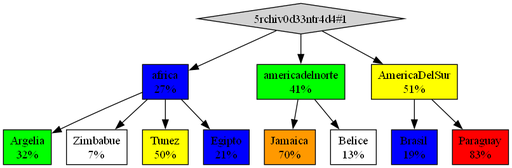
Before: Proyecto1/grafo.png, a diagram exported from Graphviz (Brandon22023/-LFP-2S24Proyectos_202300813). Its source is kept beside it as Proyecto1/grafo.dot.
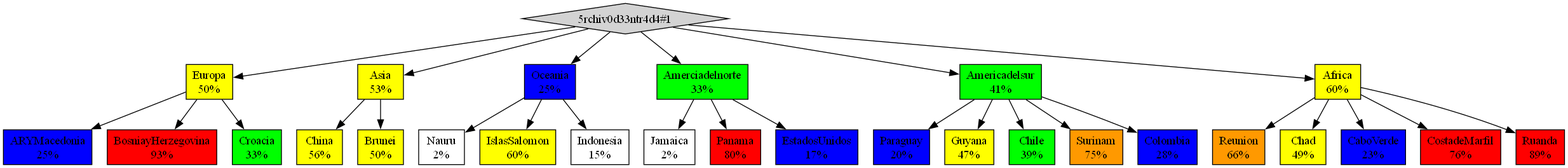
The same file after the commit.

Diff of the diagram source:
```diff
@@ -1,26 +1,58 @@
 digraph Grafo {
 node [shape=box, style=filled];
 n0 [label= "5rchiv0d33ntr4d4#1", shape=diamond];
-n1 [label="africa\n27%", fillcolor="#0000FF"];
-n2 [label="americadelnorte\n41%", fillcolor="#00FF00"];
-n3 [label="AmericaDelSur\n51%", fillcolor="#FFFF00"];
-n4 [label="Argelia\n32%", fillcolor="#00FF00"];
-n5 [label="Zimbabue\n7%", fillcolor="#FFFFFF"];
-n6 [label="Tunez\n50%", fillcolor="#FFFF00"];
-n7 [label="Egipto\n21%", fillcolor="#0000FF"];
-n8 [label="Jamaica\n70%", fillcolor="#FF9900"];
-n9 [label="Belice\n13%", fillcolor="#FFFFFF"];
-n10 [label="Brasil\n19%", fillcolor="#0000FF"];
-n11 [label="Paraguay\n83%", fillcolor="#FF0000"];
+n1 [label="Europa\n50%", fillcolor="#FFFF00"];
+n2 [label="Asia\n53%", fillcolor="#FFFF00"];
+n3 [label="Oceania\n25%", fillcolor="#0000FF"];
+n4 [label="Amerciadelnorte\n33%", fillcolor="#00FF00"];
+n5 [label="Americadelsur\n41%", fillcolor="#00FF00"];
+n6 [label="Africa\n60%", fillcolor="#FFFF00"];
+n7 [label="ARYMacedonia\n25%", fillcolor="#0000FF"];
+n8 [label="BosniayHerzegovina\n93%", fillcolor="#FF0000"];
+n9 [label="Croacia\n33%", fillcolor="#00FF00"];
+n10 [label="China\n56%", fillcolor="#FFFF00"];
+n11 [label="Brunei\n50%", fillcolor="#FFFF00"];
+n12 [label="Nauru\n2%", fillcolor="#FFFFFF"];
+n13 [label="IslasSalomon\n60%", fillcolor="#FFFF00"];
+n14 [label="Indonesia\n15%", fillcolor="#FFFFFF"];
+n15 [label="Jamaica\n2%", fillcolor="#FFFFFF"];
+n16 [label="Panama\n80%", fillcolor="#FF0000"];
+n17 [label="EstadosUnidos\n17%", fillcolor="#0000FF"];
+n18 [label="Paraguay\n20%", fillcolor="#0000FF"];
+n19 [label="Guyana\n47%", fillcolor="#FFFF00"];
+n20 [label="Chile\n39%", fillcolor="#00FF00"];
+n21 [label="Surinam\n75%", fillcolor="#FF9900"];
+n22 [label="Colombia\n28%", fillcolor="#0000FF"];
+n23 [label="Reunion\n66%", fillcolor="#FF9900"];
+n24 [label="Chad\n49%", fillcolor="#FFFF00"];
+n25 [label="CaboVerde\n23%", fillcolor="#0000FF"];
+n26 [label="CostadeMarfil\n76%", fillcolor="#FF0000"];
+n27 [label="Ruanda\n89%", fillcolor="#FF0000"];
 n0 -> n1;
 n0 -> n2;
 n0 -> n3;
-n1 -> n4;
-n1 -> n5;
-n1 -> n6;
+n0 -> n4;
+n0 -> n5;
+n0 -> n6;
 n1 -> n7;
-n2 -> n8;
-n2 -> n9;
-n3 -> n10;
-n3 -> n11;
+n1 -> n8;
+n1 -> n9;
+n2 -> n10;
+n2 -> n11;
+n3 -> n12;
+n3 -> n13;
+n3 -> n14;
+n4 -> n15;
+n4 -> n16;
+n4 -> n17;
+n5 -> n18;
+n5 -> n19;
+n5 -> n20;
+n5 -> n21;
+n5 -> n22;
+n6 -> n23;
+n6 -> n24;
+n6 -> n25;
+n6 -> n26;
+n6 -> n27;
 }
```
